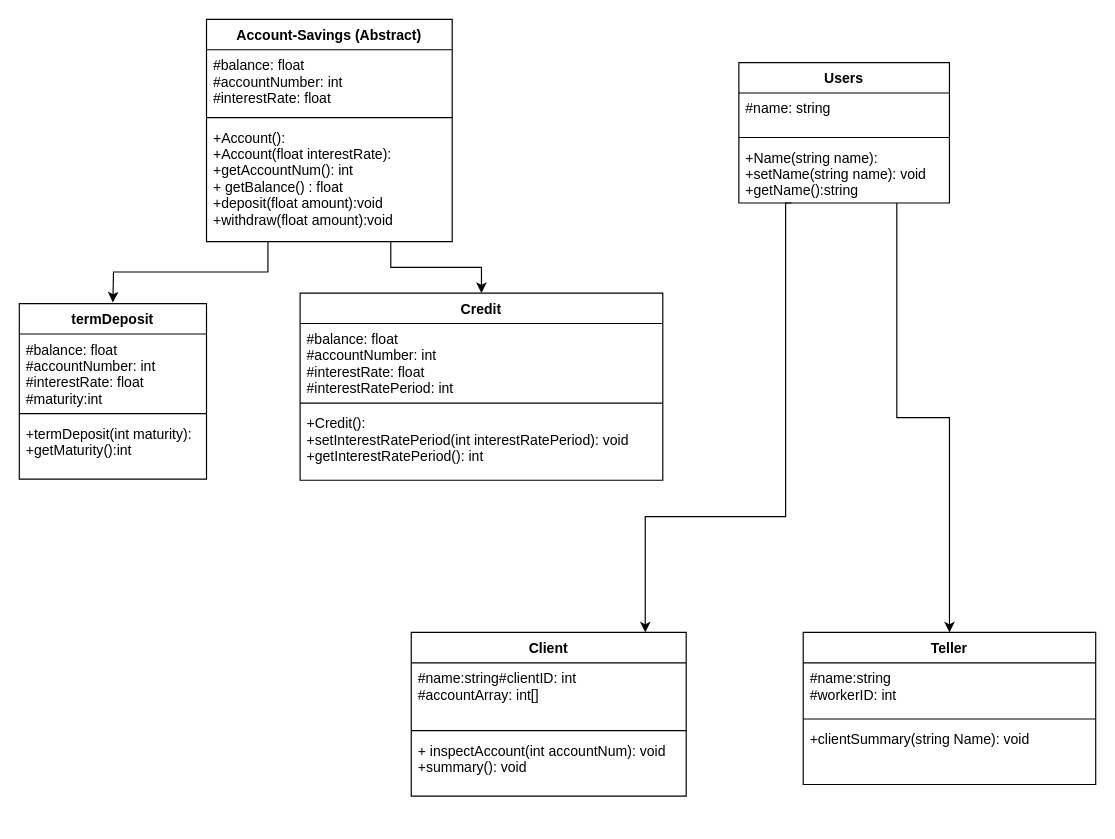
ooyendyk/OOP-MajorPractical-S2 keeps this draw.io diagram as BANK.drawio. Above is the earlier version. Source tidied: cells renumbered, new cells numbered last; positions are measured from the earlier drawing's top-left corner, leaving out a move shared by most shapes. Both pictures are drawn from the tidied source at 117%, with x=0, y=0 at pixel (19, 19).
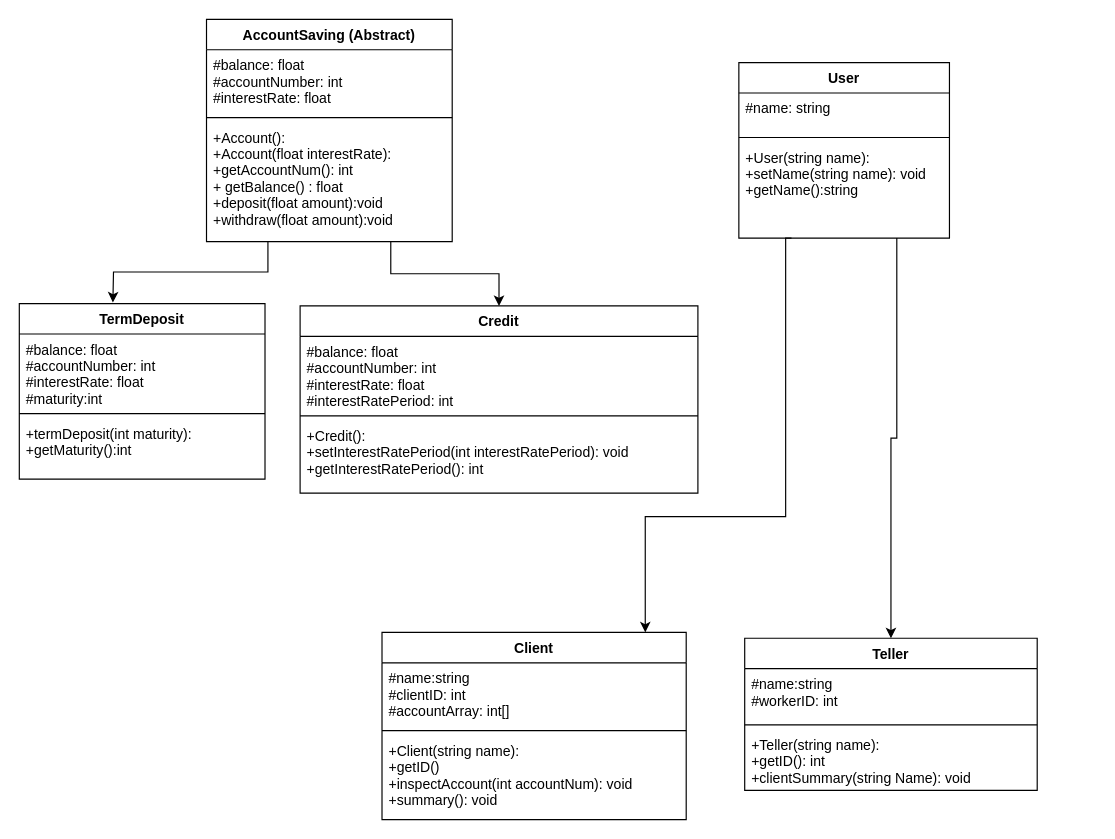
Above is the later version.

Commit message:
Added constructors in UML and improved naming.

Diff of the diagram source:
```diff
@@
-    <mxCell id="4" value="Account-Savings (Abstract)" style="swimlane;fontStyle=1;align=center;verticalAlign=top;horizontal=1;startSize=26;" parent="1" vertex="1">
+    <mxCell id="4" value="AccountSaving (Abstract)" style="swimlane;fontStyle=1;align=center;verticalAlign=top;horizontal=1;startSize=26;" parent="1" vertex="1">
       <mxGeometry x="160" width="210" height="190" as="geometry" />
     </mxCell>
@@
     <mxCell id="8" value="Credit" style="swimlane;fontStyle=1;align=center;verticalAlign=top;horizontal=1;startSize=26;" parent="1" vertex="1">
-      <mxGeometry x="240" y="234" width="310" height="160" as="geometry" />
+      <mxGeometry x="240" y="245" width="340" height="160" as="geometry" />
     </mxCell>
     <mxCell id="9" value="#balance: float&#10;#accountNumber: int&#10;#interestRate: float&#10;#interestRatePeriod: int&#10;&#10;" style="text;strokeColor=none;fillColor=none;align=left;verticalAlign=top;spacingLeft=4;spacingRight=4;overflow=hidden;" parent="8" vertex="1">
-      <mxGeometry y="26" width="310" height="64" as="geometry" />
+      <mxGeometry y="26" width="340" height="64" as="geometry" />
     </mxCell>
     <mxCell id="10" style="line;strokeWidth=1;fillColor=none;align=left;verticalAlign=middle;spacingTop=-1;spacingLeft=3;spacingRight=3;labelPosition=right;" parent="8" vertex="1">
-      <mxGeometry y="90" width="310" height="8" as="geometry" />
+      <mxGeometry y="90" width="340" height="8" as="geometry" />
     </mxCell>
     <mxCell id="11" value="+Credit():&#10;+setInterestRatePeriod(int interestRatePeriod): void&#10;+getInterestRatePeriod(): int&#10;" style="text;strokeColor=none;fillColor=none;align=left;verticalAlign=top;spacingLeft=4;spacingRight=4;overflow=hidden;" parent="8" vertex="1">
-      <mxGeometry y="98" width="310" height="62" as="geometry" />
+      <mxGeometry y="98" width="340" height="62" as="geometry" />
     </mxCell>
@@
-    <mxCell id="14" value="Users" style="swimlane;fontStyle=1;align=center;verticalAlign=top;horizontal=1;startSize=26;" parent="1" vertex="1">
-      <mxGeometry x="615" y="37" width="180" height="120" as="geometry" />
+    <mxCell id="14" value="User" style="swimlane;fontStyle=1;align=center;verticalAlign=top;horizontal=1;startSize=26;" parent="1" vertex="1">
+      <mxGeometry x="615" y="37" width="180" height="150" as="geometry" />
     </mxCell>
@@
-    <mxCell id="17" value="+Name(string name):&#10;+setName(string name): void&#10;+getName():string&#10;&#10;&#10;" style="text;strokeColor=none;fillColor=none;align=left;verticalAlign=top;spacingLeft=4;spacingRight=4;overflow=hidden;" parent="14" vertex="1">
-      <mxGeometry y="68" width="180" height="52" as="geometry" />
+    <mxCell id="17" value="+User(string name):&#10;+setName(string name): void&#10;+getName():string&#10;&#10;&#10;" style="text;strokeColor=none;fillColor=none;align=left;verticalAlign=top;spacingLeft=4;spacingRight=4;overflow=hidden;" parent="14" vertex="1">
+      <mxGeometry y="68" width="180" height="82" as="geometry" />
     </mxCell>
     <mxCell id="18" value="Client" style="swimlane;fontStyle=1;align=center;verticalAlign=top;horizontal=1;startSize=26;" parent="1" vertex="1">
-      <mxGeometry x="335" y="524" width="235" height="140" as="geometry" />
+      <mxGeometry x="310" y="524" width="260" height="160" as="geometry" />
     </mxCell>
-    <mxCell id="19" value="#name:string#clientID: int&#10;#accountArray: int[]" style="text;strokeColor=none;fillColor=none;align=left;verticalAlign=top;spacingLeft=4;spacingRight=4;overflow=hidden;" parent="18" vertex="1">
-      <mxGeometry y="26" width="235" height="54" as="geometry" />
+    <mxCell id="19" value="#name:string&#10;#clientID: int&#10;#accountArray: int[]" style="text;strokeColor=none;fillColor=none;align=left;verticalAlign=top;spacingLeft=4;spacingRight=4;overflow=hidden;" parent="18" vertex="1">
+      <mxGeometry y="26" width="260" height="54" as="geometry" />
     </mxCell>
     <mxCell id="20" style="line;strokeWidth=1;fillColor=none;align=left;verticalAlign=middle;spacingTop=-1;spacingLeft=3;spacingRight=3;labelPosition=right;" parent="18" vertex="1">
-      <mxGeometry y="80" width="235" height="8" as="geometry" />
+      <mxGeometry y="80" width="260" height="8" as="geometry" />
     </mxCell>
-    <mxCell id="21" value="+ inspectAccount(int accountNum): void&#10;+summary(): void&#10;" style="text;strokeColor=none;fillColor=none;align=left;verticalAlign=top;spacingLeft=4;spacingRight=4;overflow=hidden;" parent="18" vertex="1">
-      <mxGeometry y="88" width="235" height="52" as="geometry" />
+    <mxCell id="21" value="+Client(string name):&#10;+getID()&#10;+inspectAccount(int accountNum): void&#10;+summary(): void&#10;" style="text;strokeColor=none;fillColor=none;align=left;verticalAlign=top;spacingLeft=4;spacingRight=4;overflow=hidden;" parent="18" vertex="1">
+      <mxGeometry y="88" width="260" height="72" as="geometry" />
     </mxCell>
     <mxCell id="22" value="Teller" style="swimlane;fontStyle=1;align=center;verticalAlign=top;horizontal=1;startSize=26;" parent="1" vertex="1">
-      <mxGeometry x="670" y="524" width="250" height="130" as="geometry" />
+      <mxGeometry x="620" y="529" width="250" height="130" as="geometry" />
     </mxCell>
@@
-    <mxCell id="25" value="+clientSummary(string Name): void" style="text;strokeColor=none;fillColor=none;align=left;verticalAlign=top;spacingLeft=4;spacingRight=4;overflow=hidden;" parent="22" vertex="1">
+    <mxCell id="25" value="+Teller(string name):&#10;+getID(): int&#10;+clientSummary(string Name): void" style="text;strokeColor=none;fillColor=none;align=left;verticalAlign=top;spacingLeft=4;spacingRight=4;overflow=hidden;" parent="22" vertex="1">
       <mxGeometry y="78" width="250" height="52" as="geometry" />
     </mxCell>
-    <mxCell id="26" value="termDeposit" style="swimlane;fontStyle=1;align=center;verticalAlign=top;horizontal=1;startSize=26;" parent="1" vertex="1">
-      <mxGeometry y="243" width="160" height="150" as="geometry" />
+    <mxCell id="26" value="TermDeposit" style="swimlane;fontStyle=1;align=center;verticalAlign=top;horizontal=1;startSize=26;" parent="1" vertex="1">
+      <mxGeometry y="243" width="210" height="150" as="geometry" />
     </mxCell>
     <mxCell id="27" value="#balance: float&#10;#accountNumber: int&#10;#interestRate: float&#10;#maturity:int&#10;" style="text;strokeColor=none;fillColor=none;align=left;verticalAlign=top;spacingLeft=4;spacingRight=4;overflow=hidden;" parent="26" vertex="1">
-      <mxGeometry y="26" width="160" height="64" as="geometry" />
+      <mxGeometry y="26" width="210" height="64" as="geometry" />
     </mxCell>
     <mxCell id="28" style="line;strokeWidth=1;fillColor=none;align=left;verticalAlign=middle;spacingTop=-1;spacingLeft=3;spacingRight=3;labelPosition=right;" parent="26" vertex="1">
-      <mxGeometry y="90" width="160" height="8" as="geometry" />
+      <mxGeometry y="90" width="210" height="8" as="geometry" />
     </mxCell>
     <mxCell id="29" value="+termDeposit(int maturity):&#10;+getMaturity():int&#10;" style="text;strokeColor=none;fillColor=none;align=left;verticalAlign=top;spacingLeft=4;spacingRight=4;overflow=hidden;" parent="26" vertex="1">
-      <mxGeometry y="98" width="160" height="52" as="geometry" />
+      <mxGeometry y="98" width="210" height="52" as="geometry" />
     </mxCell>
```
